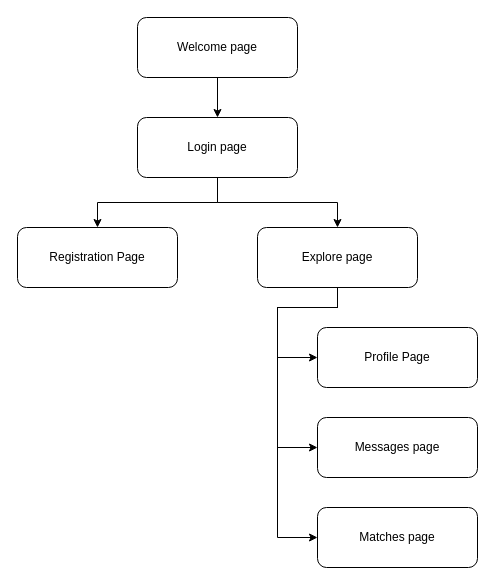
Above: Milestone_2/Page.drawio in nfunderburgh/CST-451 (draw.io), before the change. Source tidied: cells renumbered, new cells numbered last; positions are measured from the earlier drawing's top-left corner, leaving out a move shared by most shapes. Both pictures are drawn from the tidied source at 100%, with x=0, y=0 at pixel (17, 17).
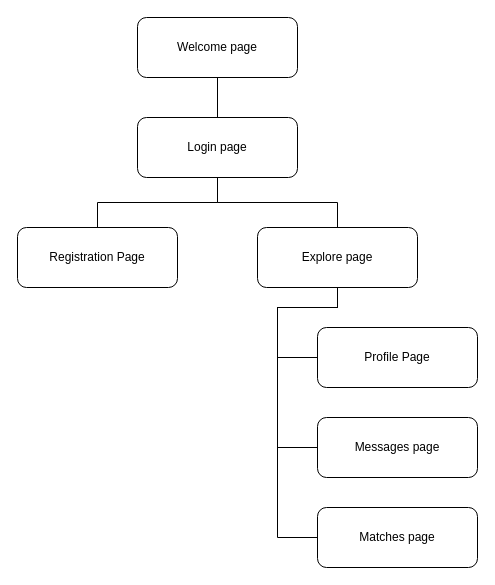
The same page after the edit.

The change refers to these unchanged cells:
```xml
<mxCell id="3" value="Welcome page" style="rounded=1;whiteSpace=wrap;html=1;fontSize=12;glass=0;strokeWidth=1;shadow=0;" parent="1" vertex="1">
  <mxGeometry x="120" width="160" height="60" as="geometry" />
</mxCell>
<mxCell id="6" value="Login page" style="rounded=1;whiteSpace=wrap;html=1;fontSize=12;glass=0;strokeWidth=1;shadow=0;" parent="1" vertex="1">
  <mxGeometry x="120" y="100" width="160" height="60" as="geometry" />
</mxCell>
<mxCell id="7" value="Registration Page" style="rounded=1;whiteSpace=wrap;html=1;fontSize=12;glass=0;strokeWidth=1;shadow=0;" parent="1" vertex="1">
  <mxGeometry y="210" width="160" height="60" as="geometry" />
</mxCell>
<mxCell id="11" value="Explore page" style="rounded=1;whiteSpace=wrap;html=1;fontSize=12;glass=0;strokeWidth=1;shadow=0;" parent="1" vertex="1">
  <mxGeometry x="240" y="210" width="160" height="60" as="geometry" />
</mxCell>
<mxCell id="12" value="Profile Page" style="rounded=1;whiteSpace=wrap;html=1;fontSize=12;glass=0;strokeWidth=1;shadow=0;" parent="1" vertex="1">
  <mxGeometry x="300" y="310" width="160" height="60" as="geometry" />
</mxCell>
<mxCell id="13" value="Matches page" style="rounded=1;whiteSpace=wrap;html=1;fontSize=12;glass=0;strokeWidth=1;shadow=0;" parent="1" vertex="1">
  <mxGeometry x="300" y="490" width="160" height="60" as="geometry" />
</mxCell>
<mxCell id="14" value="Messages page" style="rounded=1;whiteSpace=wrap;html=1;fontSize=12;glass=0;strokeWidth=1;shadow=0;" parent="1" vertex="1">
  <mxGeometry x="300" y="400" width="160" height="60" as="geometry" />
</mxCell>
```

Diff of the diagram source:
```diff
@@
-    <mxCell id="2" style="edgeStyle=orthogonalEdgeStyle;rounded=0;jettySize=auto;html=1;" parent="1" edge="1" source="3" target="6">
+    <mxCell id="2" style="edgeStyle=orthogonalEdgeStyle;rounded=0;jettySize=auto;html=1;endArrow=none;endFill=0;" parent="1" edge="1" source="3" target="6">
       <mxGeometry relative="1" as="geometry" />
     </mxCell>
@@
-    <mxCell id="4" style="edgeStyle=orthogonalEdgeStyle;rounded=0;jettySize=auto;html=1;entryX=0.5;entryY=0;entryDx=0;entryDy=0;" parent="1" edge="1" source="6" target="11">
+    <mxCell id="4" style="edgeStyle=orthogonalEdgeStyle;rounded=0;jettySize=auto;html=1;entryX=0.5;entryY=0;entryDx=0;entryDy=0;endArrow=none;endFill=0;" parent="1" edge="1" source="6" target="11">
       <mxGeometry relative="1" as="geometry" />
     </mxCell>
-    <mxCell id="5" style="edgeStyle=orthogonalEdgeStyle;rounded=0;jettySize=auto;html=1;entryX=0.5;entryY=0;entryDx=0;entryDy=0;" parent="1" edge="1" source="6" target="7">
+    <mxCell id="5" style="edgeStyle=orthogonalEdgeStyle;rounded=0;jettySize=auto;html=1;entryX=0.5;entryY=0;entryDx=0;entryDy=0;endArrow=none;endFill=0;" parent="1" edge="1" source="6" target="7">
       <mxGeometry relative="1" as="geometry" />
     </mxCell>
@@
-    <mxCell id="8" style="edgeStyle=orthogonalEdgeStyle;rounded=0;jettySize=auto;html=1;exitX=0.5;exitY=1;exitDx=0;exitDy=0;entryX=0;entryY=0.5;entryDx=0;entryDy=0;" parent="1" edge="1" source="11" target="13">
+    <mxCell id="8" style="edgeStyle=orthogonalEdgeStyle;rounded=0;jettySize=auto;html=1;exitX=0.5;exitY=1;exitDx=0;exitDy=0;entryX=0;entryY=0.5;entryDx=0;entryDy=0;endArrow=none;endFill=0;" parent="1" edge="1" source="11" target="13">
       <mxGeometry relative="1" as="geometry">
         <Array as="points">
           <mxPoint x="320" y="290" />
           <mxPoint x="260" y="290" />
           <mxPoint x="260" y="520" />
         </Array>
       </mxGeometry>
     </mxCell>
-    <mxCell id="9" style="edgeStyle=orthogonalEdgeStyle;rounded=0;jettySize=auto;html=1;exitX=0.5;exitY=1;exitDx=0;exitDy=0;entryX=0;entryY=0.5;entryDx=0;entryDy=0;" parent="1" edge="1" source="11" target="12">
+    <mxCell id="9" style="edgeStyle=orthogonalEdgeStyle;rounded=0;jettySize=auto;html=1;exitX=0.5;exitY=1;exitDx=0;exitDy=0;entryX=0;entryY=0.5;entryDx=0;entryDy=0;endArrow=none;endFill=0;" parent="1" edge="1" source="11" target="12">
       <mxGeometry relative="1" as="geometry">
         <Array as="points">
           <mxPoint x="320" y="290" />
           <mxPoint x="260" y="290" />
           <mxPoint x="260" y="340" />
         </Array>
       </mxGeometry>
     </mxCell>
-    <mxCell id="10" style="edgeStyle=orthogonalEdgeStyle;rounded=0;jettySize=auto;html=1;entryX=0;entryY=0.5;entryDx=0;entryDy=0;" parent="1" edge="1" source="11" target="14">
+    <mxCell id="10" style="edgeStyle=orthogonalEdgeStyle;rounded=0;jettySize=auto;html=1;entryX=0;entryY=0.5;entryDx=0;entryDy=0;endArrow=none;endFill=0;" parent="1" edge="1" source="11" target="14">
       <mxGeometry relative="1" as="geometry">
         <Array as="points">
           <mxPoint x="320" y="290" />
           <mxPoint x="260" y="290" />
           <mxPoint x="260" y="430" />
         </Array>
       </mxGeometry>
     </mxCell>
```
